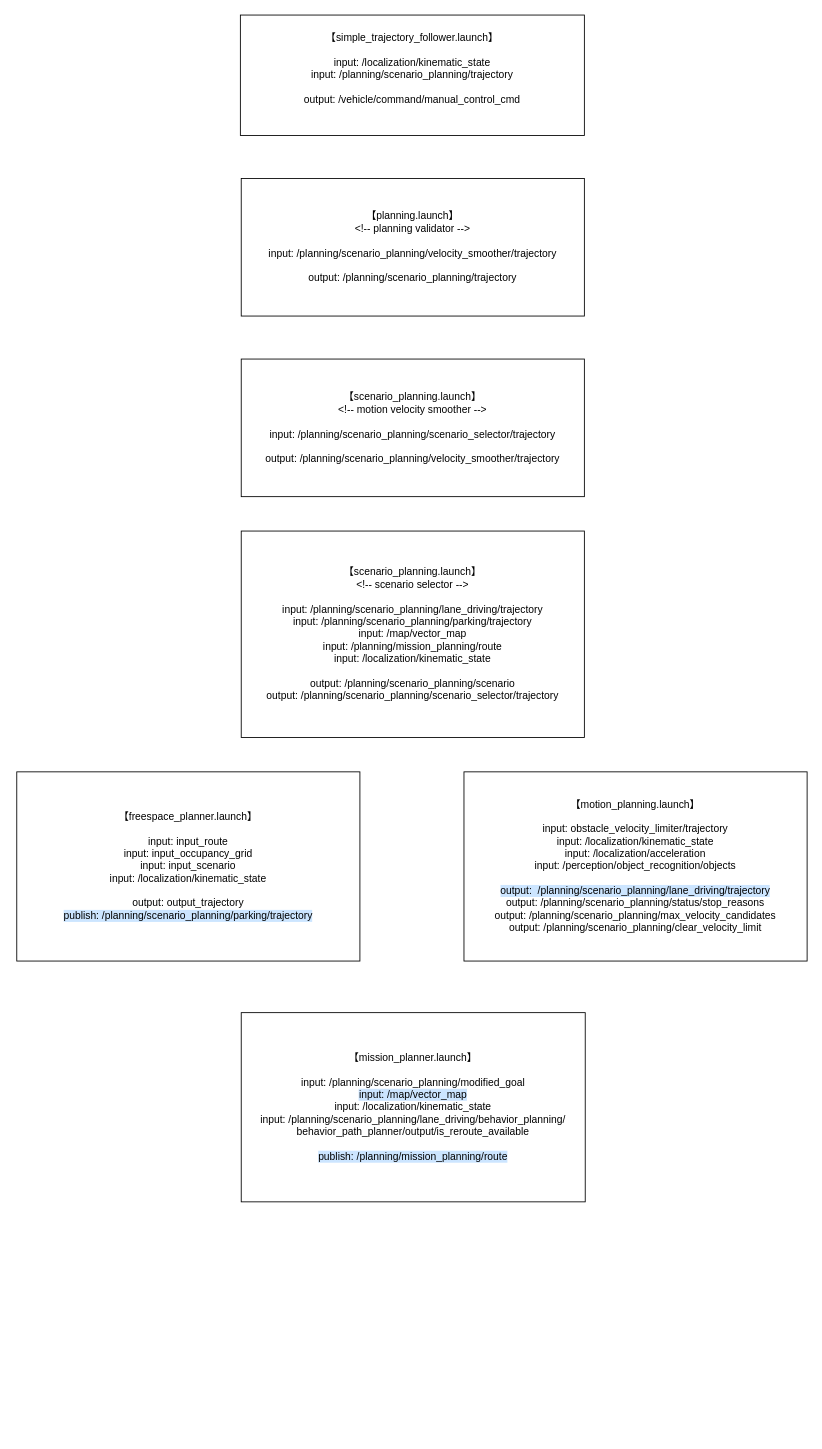
This is autoware_trajectory.drawio from wxxsusie/files, a draw.io file, before an edit. Source tidied: cells renumbered, new cells numbered last; positions are measured from the earlier drawing's top-left corner, leaving out a move shared by most shapes. Both pictures are drawn from the tidied source at 86%, with x=0, y=0 at pixel (16, 15).
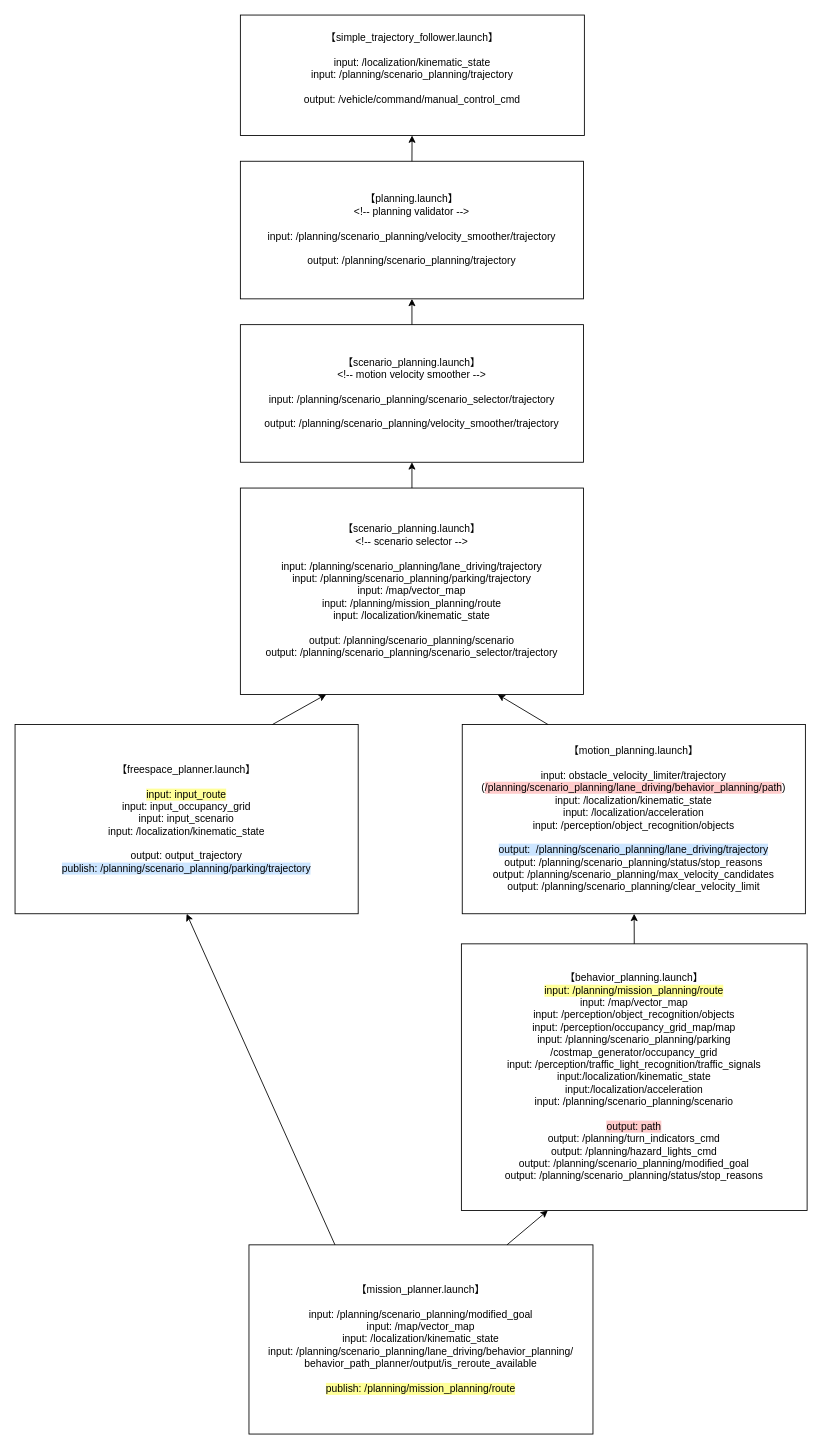
The same diagram, later.

Diff of the diagram source:
```diff
@@
 <mxGraphModel>
   <root>
     <mxCell id="0" />
     <mxCell id="1" parent="0" />
     <mxCell id="2" value="【simple_trajectory_follower.launch】&lt;div&gt;&lt;br&gt;&lt;div&gt;input: /localization/kinematic_state&lt;/div&gt;&lt;div&gt;input: /planning/scenario_planning/trajectory&lt;/div&gt;&lt;div&gt;&lt;br&gt;&lt;/div&gt;&lt;div&gt;output: /vehicle/command/manual_control_cmd&lt;/div&gt;&lt;div&gt;&lt;br&gt;&lt;/div&gt;&lt;/div&gt;" style="rounded=0;whiteSpace=wrap;html=1;" parent="1" vertex="1">
       <mxGeometry x="260" width="400" height="140" as="geometry" />
     </mxCell>
     <mxCell id="3" value="【planning.launch】&lt;div&gt;&amp;lt;!-- planning validator --&amp;gt;&lt;/div&gt;&lt;div&gt;&lt;br&gt;&lt;/div&gt;&lt;div&gt;input: /planning/scenario_planning/velocity_smoother&lt;span style=&quot;background-color: initial;&quot;&gt;/trajectory&lt;/span&gt;&lt;/div&gt;&lt;div&gt;&lt;br&gt;&lt;/div&gt;&lt;div&gt;output: /planning/scenario_planning/trajectory&lt;/div&gt;" style="rounded=0;whiteSpace=wrap;html=1;" parent="1" vertex="1">
-      <mxGeometry x="261" y="190" width="399" height="160" as="geometry" />
+      <mxGeometry x="260" y="170" width="399" height="160" as="geometry" />
     </mxCell>
     <mxCell id="4" value="【scenario_planning.launch】&lt;div&gt;&lt;span style=&quot;font-size: 12px;&quot;&gt;&amp;lt;!-- motion velocity smoother --&amp;gt;&lt;/span&gt;&lt;br&gt;&lt;/div&gt;&lt;div&gt;&lt;span style=&quot;font-size: 12px;&quot;&gt;&lt;br&gt;&lt;/span&gt;&lt;/div&gt;&lt;div&gt;&lt;span style=&quot;font-size: 12px;&quot;&gt;input: /planning/scenario_planning/scenario_selector/trajectory&lt;/span&gt;&lt;/div&gt;&lt;div&gt;&lt;span style=&quot;font-size: 12px;&quot;&gt;&lt;br&gt;&lt;/span&gt;&lt;/div&gt;&lt;div&gt;&lt;span style=&quot;font-size: 12px;&quot;&gt;output: /planning/scenario_planning/velocity_smoother/trajectory&lt;/span&gt;&lt;/div&gt;" style="rounded=0;whiteSpace=wrap;html=1;" parent="1" vertex="1">
-      <mxGeometry x="261" y="400" width="399" height="160" as="geometry" />
+      <mxGeometry x="260" y="360" width="399" height="160" as="geometry" />
     </mxCell>
     <mxCell id="5" value="【scenario_planning.launch】&lt;div&gt;&lt;span style=&quot;font-size: 12px;&quot;&gt;&amp;lt;!-- scenario selector --&amp;gt;&lt;/span&gt;&lt;br&gt;&lt;/div&gt;&lt;div&gt;&lt;span style=&quot;font-size: 12px;&quot;&gt;&lt;br&gt;&lt;/span&gt;&lt;/div&gt;&lt;div&gt;&lt;span style=&quot;font-size: 12px;&quot;&gt;input:&amp;nbsp;&lt;/span&gt;&lt;span style=&quot;background-color: initial; font-size: 12px;&quot;&gt;/planning/scenario_planning/lane_driving/trajectory&lt;/span&gt;&lt;/div&gt;&lt;div&gt;&lt;span style=&quot;background-color: initial; font-size: 12px;&quot;&gt;input:&amp;nbsp;&lt;/span&gt;&lt;span style=&quot;background-color: initial; font-size: 12px;&quot;&gt;/planning/scenario_planning/parking/trajectory&lt;/span&gt;&lt;/div&gt;&lt;div&gt;&lt;span style=&quot;background-color: initial; font-size: 12px;&quot;&gt;input:&amp;nbsp;&lt;/span&gt;&lt;span style=&quot;background-color: initial; font-size: 12px;&quot;&gt;/map/vector_map&lt;/span&gt;&lt;/div&gt;&lt;div&gt;&lt;span style=&quot;background-color: initial; font-size: 12px;&quot;&gt;input:&amp;nbsp;&lt;/span&gt;&lt;span style=&quot;background-color: initial; font-size: 12px;&quot;&gt;/planning/mission_planning/route&lt;/span&gt;&lt;/div&gt;&lt;div&gt;&lt;span style=&quot;background-color: initial; font-size: 12px;&quot;&gt;input:&amp;nbsp;&lt;/span&gt;&lt;span style=&quot;background-color: initial; font-size: 12px;&quot;&gt;/localization/kinematic_state&lt;/span&gt;&lt;/div&gt;&lt;div&gt;&lt;span style=&quot;background-color: initial; font-size: 12px;&quot;&gt;&lt;br&gt;&lt;/span&gt;&lt;/div&gt;&lt;div&gt;&lt;span style=&quot;background-color: initial; font-size: 12px;&quot;&gt;output: &lt;/span&gt;&lt;span style=&quot;background-color: initial; font-size: 12px;&quot;&gt;/planning/scenario_planning/scenario&lt;/span&gt;&lt;/div&gt;&lt;div&gt;&lt;span style=&quot;background-color: initial; font-size: 12px;&quot;&gt;output:&amp;nbsp;&lt;/span&gt;&lt;span style=&quot;background-color: initial; font-size: 12px;&quot;&gt;/planning/scenario_planning/scenario_selector/trajectory&lt;/span&gt;&lt;/div&gt;" style="rounded=0;whiteSpace=wrap;html=1;" parent="1" vertex="1">
-      <mxGeometry x="261" y="600" width="399" height="240" as="geometry" />
+      <mxGeometry x="260" y="550" width="399" height="240" as="geometry" />
     </mxCell>
-    <mxCell id="6" value="【mission_planner.launch】&lt;div&gt;&lt;br&gt;&lt;/div&gt;&lt;div&gt;input: /planning/scenario_planning/modified_goal&lt;/div&gt;&lt;div&gt;&lt;span style=&quot;background-color: rgb(204, 229, 255);&quot;&gt;input: /map/vector_map&lt;/span&gt;&lt;/div&gt;&lt;div&gt;input: /localization/kinematic_state&lt;/div&gt;&lt;div&gt;input:&amp;nbsp;/planning/scenario_planning/lane_driving/behavior_planning/&lt;br&gt;behavior_path_planner/output/is_reroute_available&lt;/div&gt;&lt;div&gt;&lt;br&gt;&lt;/div&gt;&lt;div&gt;&lt;span style=&quot;background-color: rgb(204, 229, 255);&quot;&gt;publish: /planning/mission_planning/route&lt;/span&gt;&lt;/div&gt;" style="rounded=0;whiteSpace=wrap;html=1;" parent="1" vertex="1">
-      <mxGeometry x="261" y="1160" width="400" height="220" as="geometry" />
+    <mxCell id="6" value="【mission_planner.launch】&lt;div&gt;&lt;br&gt;&lt;/div&gt;&lt;div&gt;input: /planning/scenario_planning/modified_goal&lt;/div&gt;&lt;div&gt;&lt;span style=&quot;background-color: rgb(255, 255, 255);&quot;&gt;input: /map/vector_map&lt;/span&gt;&lt;/div&gt;&lt;div&gt;input: /localization/kinematic_state&lt;/div&gt;&lt;div&gt;input:&amp;nbsp;/planning/scenario_planning/lane_driving/behavior_planning/&lt;br&gt;behavior_path_planner/output/is_reroute_available&lt;/div&gt;&lt;div&gt;&lt;br&gt;&lt;/div&gt;&lt;div&gt;&lt;span style=&quot;background-color: rgb(255, 255, 153);&quot;&gt;publish: /planning/mission_planning/route&lt;/span&gt;&lt;/div&gt;" style="rounded=0;whiteSpace=wrap;html=1;" parent="1" vertex="1">
+      <mxGeometry x="270" y="1430" width="400" height="220" as="geometry" />
     </mxCell>
-    <mxCell id="7" value="【freespace_planner.launch】&lt;div&gt;&lt;br&gt;&lt;div&gt;input: input_route&lt;/div&gt;&lt;div&gt;input: input_occupancy_grid&lt;/div&gt;&lt;div&gt;input: input_scenario&lt;/div&gt;&lt;div&gt;input: /localization/kinematic_state&lt;/div&gt;&lt;div&gt;&lt;br&gt;&lt;/div&gt;&lt;div&gt;output: output_trajectory&lt;/div&gt;&lt;/div&gt;&lt;div&gt;&lt;span style=&quot;background-color: rgb(204, 229, 255);&quot;&gt;publish: /planning/scenario_planning/parking/trajectory&lt;/span&gt;&lt;/div&gt;" style="rounded=0;whiteSpace=wrap;html=1;" parent="1" vertex="1">
-      <mxGeometry y="880" width="399" height="220" as="geometry" />
+    <mxCell id="7" value="【freespace_planner.launch】&lt;div&gt;&lt;br&gt;&lt;div&gt;&lt;span style=&quot;background-color: rgb(255, 255, 153);&quot;&gt;input: input_route&lt;/span&gt;&lt;/div&gt;&lt;div&gt;input: input_occupancy_grid&lt;/div&gt;&lt;div&gt;input: input_scenario&lt;/div&gt;&lt;div&gt;input: /localization/kinematic_state&lt;/div&gt;&lt;div&gt;&lt;br&gt;&lt;/div&gt;&lt;div&gt;output: output_trajectory&lt;/div&gt;&lt;/div&gt;&lt;div&gt;&lt;span style=&quot;background-color: rgb(204, 229, 255);&quot;&gt;publish: /planning/scenario_planning/parking/trajectory&lt;/span&gt;&lt;/div&gt;" style="rounded=0;whiteSpace=wrap;html=1;" parent="1" vertex="1">
+      <mxGeometry x="-2" y="825" width="399" height="220" as="geometry" />
     </mxCell>
-    <mxCell id="8" value="【motion_planning.launch】&lt;div&gt;&lt;br&gt;&lt;div&gt;input: obstacle_velocity_limiter/trajectory&lt;/div&gt;&lt;div&gt;input: /localization/kinematic_state&lt;/div&gt;&lt;div&gt;input: /localization/acceleration&lt;/div&gt;&lt;div&gt;input: /perception/object_recognition/objects&lt;/div&gt;&lt;div&gt;&lt;br&gt;&lt;/div&gt;&lt;div&gt;&lt;span style=&quot;background-color: rgb(204, 229, 255);&quot;&gt;output:&amp;nbsp; /planning/scenario_planning/lane_driving/trajectory&lt;/span&gt;&lt;/div&gt;&lt;/div&gt;&lt;div&gt;output:&amp;nbsp;/planning/scenario_planning/status/stop_reasons&lt;/div&gt;&lt;div&gt;output:&amp;nbsp;/planning/scenario_planning/max_velocity_candidates&lt;/div&gt;&lt;div&gt;output:&amp;nbsp;/planning/scenario_planning/clear_velocity_limit&lt;/div&gt;" style="rounded=0;whiteSpace=wrap;html=1;" parent="1" vertex="1">
-      <mxGeometry x="520" y="880" width="399" height="220" as="geometry" />
+    <mxCell id="8" value="【motion_planning.launch】&lt;div&gt;&lt;br&gt;&lt;div&gt;input: obstacle_velocity_limiter/trajectory&lt;/div&gt;&lt;div&gt;(&lt;span style=&quot;background-color: rgb(255, 204, 204);&quot;&gt;/planning/scenario_planning/lane_driving/behavior_planning/path&lt;/span&gt;)&lt;/div&gt;&lt;div&gt;input: /localization/kinematic_state&lt;/div&gt;&lt;div&gt;input: /localization/acceleration&lt;/div&gt;&lt;div&gt;input: /perception/object_recognition/objects&lt;/div&gt;&lt;div&gt;&lt;br&gt;&lt;/div&gt;&lt;div&gt;&lt;span style=&quot;background-color: rgb(204, 229, 255);&quot;&gt;output:&amp;nbsp; /planning/scenario_planning/lane_driving/trajectory&lt;/span&gt;&lt;/div&gt;&lt;/div&gt;&lt;div&gt;output:&amp;nbsp;/planning/scenario_planning/status/stop_reasons&lt;/div&gt;&lt;div&gt;output:&amp;nbsp;/planning/scenario_planning/max_velocity_candidates&lt;/div&gt;&lt;div&gt;output:&amp;nbsp;/planning/scenario_planning/clear_velocity_limit&lt;/div&gt;" style="rounded=0;whiteSpace=wrap;html=1;" parent="1" vertex="1">
+      <mxGeometry x="518" y="825" width="399" height="220" as="geometry" />
     </mxCell>
+    <mxCell id="9" value="【behavior_planning.launch】&lt;div&gt;&lt;span style=&quot;background-color: rgb(255, 255, 153);&quot;&gt;input:&amp;nbsp;/planning/mission_planning/route&lt;/span&gt;&lt;/div&gt;&lt;div&gt;input:&amp;nbsp;/map/vector_map&lt;/div&gt;&lt;div&gt;input:&amp;nbsp;/perception/object_recognition/objects&lt;/div&gt;&lt;div&gt;input:&amp;nbsp;/perception/occupancy_grid_map/map&lt;/div&gt;&lt;div&gt;input:&amp;nbsp;/planning/scenario_planning/parking&lt;/div&gt;&lt;div&gt;/costmap_generator/occupancy_grid&lt;/div&gt;&lt;div&gt;input:&amp;nbsp;/perception/traffic_light_recognition/traffic_signals&lt;/div&gt;&lt;div&gt;input:/localization/kinematic_state&lt;/div&gt;&lt;div&gt;input:/localization/acceleration&lt;/div&gt;&lt;div&gt;input:&amp;nbsp;/planning/scenario_planning/scenario&lt;/div&gt;&lt;div&gt;&lt;br&gt;&lt;/div&gt;&lt;div&gt;&lt;span style=&quot;background-color: rgb(255, 204, 204);&quot;&gt;output: path&lt;/span&gt;&lt;/div&gt;&lt;div&gt;output:&amp;nbsp;/planning/turn_indicators_cmd&lt;/div&gt;&lt;div&gt;output:&amp;nbsp;/planning/hazard_lights_cmd&lt;/div&gt;&lt;div&gt;output:&amp;nbsp;/planning/scenario_planning/modified_goal&lt;/div&gt;&lt;div&gt;output:&amp;nbsp;/planning/scenario_planning/status/stop_reasons&lt;/div&gt;" style="rounded=0;whiteSpace=wrap;html=1;" parent="1" vertex="1">
+      <mxGeometry x="517" y="1080" width="402" height="310" as="geometry" />
+    </mxCell>
+    <mxCell id="10" style="endArrow=classic;html=1;rounded=0;entryX=0.25;entryY=1;entryDx=0;entryDy=0;exitX=0.75;exitY=0;exitDx=0;exitDy=0;" parent="1" edge="1" source="6" target="9">
+      <mxGeometry relative="1" as="geometry" />
+    </mxCell>
+    <mxCell id="11" style="endArrow=classic;html=1;rounded=0;exitX=0.5;exitY=0;exitDx=0;exitDy=0;" parent="1" edge="1" source="9" target="8">
+      <mxGeometry relative="1" as="geometry" />
+    </mxCell>
+    <mxCell id="12" style="endArrow=classic;html=1;rounded=0;exitX=0.75;exitY=0;exitDx=0;exitDy=0;entryX=0.25;entryY=1;entryDx=0;entryDy=0;" parent="1" edge="1" source="7" target="5">
+      <mxGeometry relative="1" as="geometry" />
+    </mxCell>
+    <mxCell id="13" style="endArrow=classic;html=1;rounded=0;exitX=0.25;exitY=0;exitDx=0;exitDy=0;entryX=0.75;entryY=1;entryDx=0;entryDy=0;" parent="1" edge="1" source="8" target="5">
+      <mxGeometry relative="1" as="geometry" />
+    </mxCell>
+    <mxCell id="14" style="endArrow=classic;html=1;rounded=0;exitX=0.5;exitY=0;exitDx=0;exitDy=0;" parent="1" edge="1" source="5" target="4">
+      <mxGeometry relative="1" as="geometry" />
+    </mxCell>
+    <mxCell id="15" style="endArrow=classic;html=1;rounded=0;exitX=0.5;exitY=0;exitDx=0;exitDy=0;entryX=0.5;entryY=1;entryDx=0;entryDy=0;" parent="1" edge="1" source="4" target="3">
+      <mxGeometry relative="1" as="geometry" />
+    </mxCell>
+    <mxCell id="16" style="endArrow=classic;html=1;rounded=0;exitX=0.5;exitY=0;exitDx=0;exitDy=0;" parent="1" edge="1" source="3" target="2">
+      <mxGeometry relative="1" as="geometry" />
+    </mxCell>
+    <mxCell id="17" style="endArrow=classic;html=1;rounded=0;exitX=0.25;exitY=0;exitDx=0;exitDy=0;entryX=0.5;entryY=1;entryDx=0;entryDy=0;" parent="1" edge="1" source="6" target="7">
+      <mxGeometry relative="1" as="geometry" />
+    </mxCell>
   </root>
 </mxGraphModel>
```
